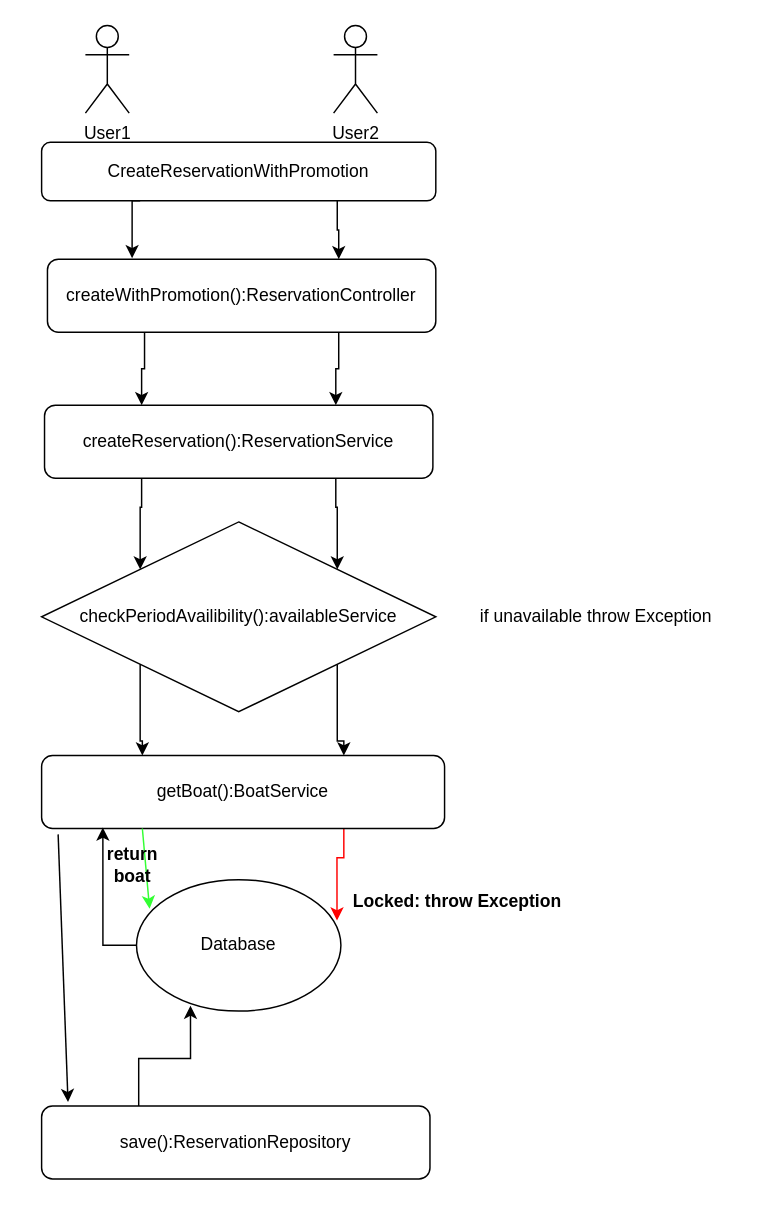
Earlier version of the draw.io diagram Conflicts/ConflictsStudent1.1.drawio (vladimirr9/fishing-booking). Source tidied: cells renumbered, new cells numbered last; positions are measured from the earlier drawing's top-left corner, leaving out a move shared by most shapes. Both pictures are drawn from the tidied source at 146%, with x=0, y=0 at pixel (41, 25).
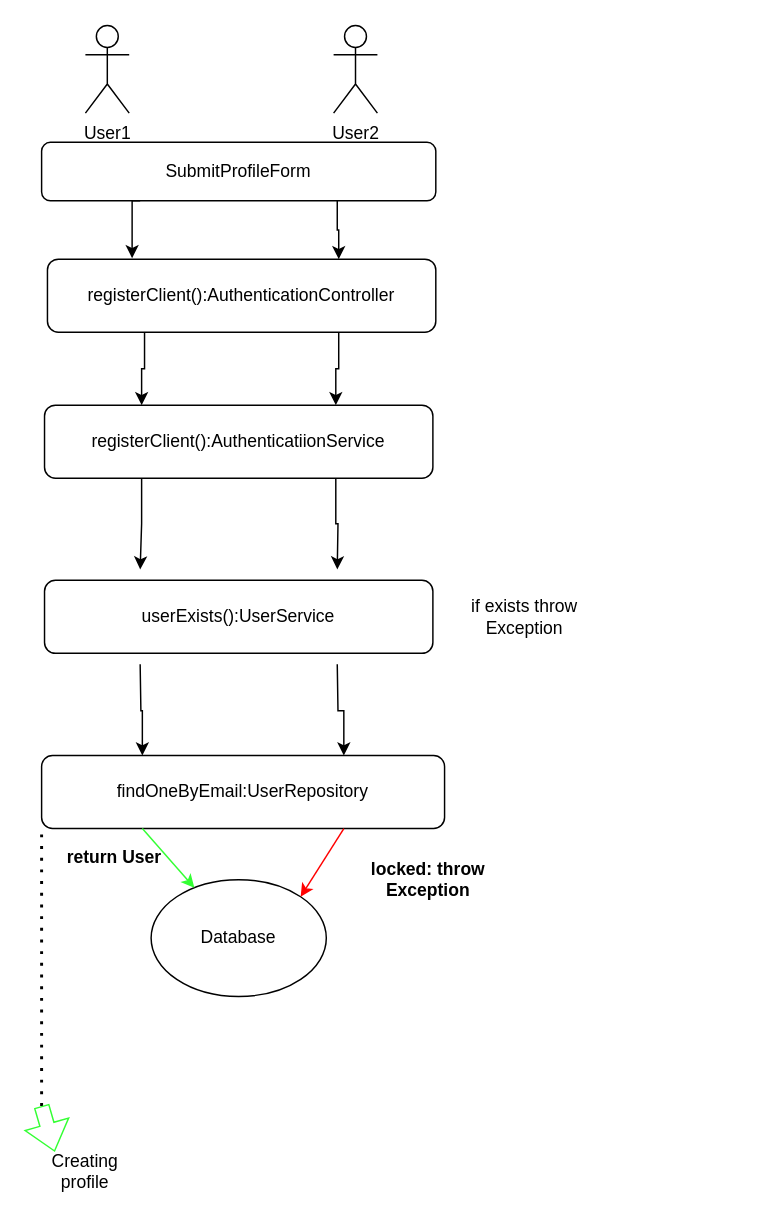
After the change.

The edit, as a diff of the source:
```diff
@@
-    <mxCell id="4" value="CreateReservationWithPromotion" style="rounded=1;whiteSpace=wrap;html=1;fontSize=12;glass=0;strokeWidth=1;shadow=0;" parent="1" vertex="1">
+    <mxCell id="4" value="SubmitProfileForm" style="rounded=1;whiteSpace=wrap;html=1;fontSize=12;glass=0;strokeWidth=1;shadow=0;" parent="1" vertex="1">
       <mxGeometry y="80" width="270" height="40" as="geometry" />
     </mxCell>
@@
-    <mxCell id="7" value="createWithPromotion():ReservationController" style="rounded=1;whiteSpace=wrap;html=1;fontSize=12;glass=0;strokeWidth=1;shadow=0;" parent="1" vertex="1">
+    <mxCell id="7" value="registerClient():AuthenticationController" style="rounded=1;whiteSpace=wrap;html=1;fontSize=12;glass=0;strokeWidth=1;shadow=0;" parent="1" vertex="1">
       <mxGeometry x="4" y="160" width="266" height="50" as="geometry" />
     </mxCell>
@@
-    <mxCell id="9" style="edgeStyle=orthogonalEdgeStyle;rounded=0;jettySize=auto;html=1;exitX=0.25;exitY=1;exitDx=0;exitDy=0;entryX=0;entryY=0;entryDx=0;entryDy=0;" parent="1" edge="1" source="11" target="14">
-      <mxGeometry relative="1" as="geometry" />
+    <mxCell id="9" style="edgeStyle=orthogonalEdgeStyle;rounded=0;jettySize=auto;html=1;exitX=0.25;exitY=1;exitDx=0;exitDy=0;entryX=0;entryY=0;entryDx=0;entryDy=0;" parent="1" edge="1" source="11">
+      <mxGeometry relative="1" as="geometry">
+        <mxPoint x="67.5" y="372.5" as="targetPoint" />
+      </mxGeometry>
     </mxCell>
-    <mxCell id="10" style="edgeStyle=orthogonalEdgeStyle;rounded=0;jettySize=auto;html=1;exitX=0.75;exitY=1;exitDx=0;exitDy=0;entryX=1;entryY=0;entryDx=0;entryDy=0;" parent="1" edge="1" source="11" target="14">
-      <mxGeometry relative="1" as="geometry" />
+    <mxCell id="10" style="edgeStyle=orthogonalEdgeStyle;rounded=0;jettySize=auto;html=1;exitX=0.75;exitY=1;exitDx=0;exitDy=0;entryX=1;entryY=0;entryDx=0;entryDy=0;" parent="1" edge="1" source="11">
+      <mxGeometry relative="1" as="geometry">
+        <mxPoint x="202.5" y="372.5" as="targetPoint" />
+      </mxGeometry>
     </mxCell>
-    <mxCell id="11" value="createReservation():ReservationService" style="rounded=1;whiteSpace=wrap;html=1;fontSize=12;glass=0;strokeWidth=1;shadow=0;" parent="1" vertex="1">
+    <mxCell id="11" value="registerClient():AuthenticatiionService" style="rounded=1;whiteSpace=wrap;html=1;fontSize=12;glass=0;strokeWidth=1;shadow=0;" parent="1" vertex="1">
       <mxGeometry x="2" y="260" width="266" height="50" as="geometry" />
     </mxCell>
-    <mxCell id="12" style="edgeStyle=orthogonalEdgeStyle;rounded=0;jettySize=auto;html=1;exitX=0;exitY=1;exitDx=0;exitDy=0;entryX=0.25;entryY=0;entryDx=0;entryDy=0;" parent="1" edge="1" source="14" target="19">
-      <mxGeometry relative="1" as="geometry" />
+    <mxCell id="12" style="edgeStyle=orthogonalEdgeStyle;rounded=0;jettySize=auto;html=1;exitX=0;exitY=1;exitDx=0;exitDy=0;entryX=0.25;entryY=0;entryDx=0;entryDy=0;" parent="1" edge="1" target="19">
+      <mxGeometry relative="1" as="geometry">
+        <mxPoint x="67.5" y="437.5" as="sourcePoint" />
+      </mxGeometry>
     </mxCell>
-    <mxCell id="13" style="edgeStyle=orthogonalEdgeStyle;rounded=0;jettySize=auto;html=1;exitX=1;exitY=1;exitDx=0;exitDy=0;entryX=0.75;entryY=0;entryDx=0;entryDy=0;" parent="1" edge="1" source="14" target="19">
-      <mxGeometry relative="1" as="geometry" />
+    <mxCell id="13" style="edgeStyle=orthogonalEdgeStyle;rounded=0;jettySize=auto;html=1;exitX=1;exitY=1;exitDx=0;exitDy=0;entryX=0.75;entryY=0;entryDx=0;entryDy=0;" parent="1" edge="1" target="19">
+      <mxGeometry relative="1" as="geometry">
+        <mxPoint x="202.5" y="437.5" as="sourcePoint" />
+      </mxGeometry>
     </mxCell>
-    <mxCell id="14" value="checkPeriodAvailibility():availableService" style="rhombus;whiteSpace=wrap;html=1;" parent="1" vertex="1">
-      <mxGeometry y="340" width="270" height="130" as="geometry" />
-    </mxCell>
-    <mxCell id="15" style="edgeStyle=orthogonalEdgeStyle;rounded=0;jettySize=auto;html=1;exitX=0.25;exitY=0;exitDx=0;exitDy=0;entryX=0.264;entryY=0.959;entryDx=0;entryDy=0;entryPerimeter=0;" parent="1" edge="1" source="16" target="17">
-      <mxGeometry relative="1" as="geometry" />
-    </mxCell>
-    <mxCell id="16" value="save():ReservationRepository" style="rounded=1;whiteSpace=wrap;html=1;fontSize=12;glass=0;strokeWidth=1;shadow=0;" parent="1" vertex="1">
-      <mxGeometry y="740" width="266" height="50" as="geometry" />
-    </mxCell>
-    <mxCell id="17" value="Database" style="ellipse;whiteSpace=wrap;html=1;" parent="1" vertex="1">
-      <mxGeometry x="65" y="585" width="140" height="90" as="geometry" />
-    </mxCell>
-    <mxCell id="18" style="edgeStyle=orthogonalEdgeStyle;rounded=0;jettySize=auto;html=1;exitX=0.75;exitY=1;exitDx=0;exitDy=0;entryX=0.981;entryY=0.311;entryDx=0;entryDy=0;entryPerimeter=0;strokeColor=#FF0000;" parent="1" edge="1" source="19" target="17">
-      <mxGeometry relative="1" as="geometry" />
-    </mxCell>
-    <mxCell id="19" value="getBoat():BoatService" style="rounded=1;whiteSpace=wrap;html=1;fontSize=12;glass=0;strokeWidth=1;shadow=0;" parent="1" vertex="1">
+    <mxCell id="19" value="findOneByEmail:UserRepository" style="rounded=1;whiteSpace=wrap;html=1;fontSize=12;glass=0;strokeWidth=1;shadow=0;" parent="1" vertex="1">
       <mxGeometry y="500" width="276" height="50" as="geometry" />
     </mxCell>
@@
-    <mxCell id="21" style="endArrow=classic;html=1;rounded=0;exitX=0.25;exitY=1;exitDx=0;exitDy=0;entryX=0.064;entryY=0.222;entryDx=0;entryDy=0;entryPerimeter=0;strokeColor=#33FF33;" parent="1" edge="1" source="19" target="17">
-      <mxGeometry relative="1" as="geometry" />
-    </mxCell>
-    <mxCell id="22" value="&lt;b&gt;Locked: throw Exception&lt;/b&gt;" style="text;html=1;strokeColor=none;fillColor=none;align=center;verticalAlign=middle;whiteSpace=wrap;rounded=0;" parent="1" vertex="1">
-      <mxGeometry x="200" y="585" width="170" height="30" as="geometry" />
-    </mxCell>
-    <mxCell id="23" value="if unavailable throw Exception" style="text;html=1;strokeColor=none;fillColor=none;align=center;verticalAlign=middle;whiteSpace=wrap;rounded=0;" parent="1" vertex="1">
-      <mxGeometry x="280" y="390" width="200" height="30" as="geometry" />
-    </mxCell>
-    <mxCell id="24" style="endArrow=classic;html=1;rounded=0;exitX=0;exitY=0.5;exitDx=0;exitDy=0;entryX=0.152;entryY=0.987;entryDx=0;entryDy=0;entryPerimeter=0;" parent="1" edge="1" source="17" target="19">
-      <mxGeometry relative="1" as="geometry">
-        <Array as="points">
-          <mxPoint x="42" y="630" />
-        </Array>
-      </mxGeometry>
-    </mxCell>
-    <mxCell id="25" value="&lt;b&gt;return boat&lt;/b&gt;" style="text;html=1;strokeColor=none;fillColor=none;align=center;verticalAlign=middle;whiteSpace=wrap;rounded=0;" parent="1" vertex="1">
-      <mxGeometry x="30" y="560" width="65" height="30" as="geometry" />
-    </mxCell>
-    <mxCell id="26" style="endArrow=classic;html=1;rounded=0;exitX=0.041;exitY=1.08;exitDx=0;exitDy=0;exitPerimeter=0;entryX=0.068;entryY=-0.053;entryDx=0;entryDy=0;entryPerimeter=0;" parent="1" edge="1" source="19" target="16">
-      <mxGeometry relative="1" as="geometry" />
-    </mxCell>
+    <mxCell id="27" value="userExists():UserService" style="rounded=1;whiteSpace=wrap;html=1;fontSize=12;glass=0;strokeWidth=1;shadow=0;" parent="1" vertex="1">
+      <mxGeometry x="2" y="380" width="266" height="50" as="geometry" />
+    </mxCell>
+    <mxCell id="17" value="Database" style="ellipse;whiteSpace=wrap;html=1;" parent="1" vertex="1">
+      <mxGeometry x="75" y="585" width="120" height="80" as="geometry" />
+    </mxCell>
+    <mxCell id="28" style="endArrow=classic;html=1;rounded=0;exitX=0.25;exitY=1;exitDx=0;exitDy=0;strokeColor=#33FF33;" parent="1" edge="1" source="19" target="17">
+      <mxGeometry relative="1" as="geometry" />
+    </mxCell>
+    <mxCell id="29" style="endArrow=classic;html=1;rounded=0;strokeColor=#FF0000;exitX=0.75;exitY=1;exitDx=0;exitDy=0;entryX=1;entryY=0;entryDx=0;entryDy=0;" parent="1" edge="1" source="19" target="17">
+      <mxGeometry relative="1" as="geometry" />
+    </mxCell>
+    <mxCell id="30" value="&lt;b&gt;return User&lt;/b&gt;" style="text;html=1;strokeColor=none;fillColor=none;align=center;verticalAlign=middle;whiteSpace=wrap;rounded=0;" parent="1" vertex="1">
+      <mxGeometry x="10" y="555" width="80" height="30" as="geometry" />
+    </mxCell>
+    <mxCell id="31" value="&lt;b&gt;locked: throw Exception&lt;/b&gt;" style="text;html=1;strokeColor=none;fillColor=none;align=center;verticalAlign=middle;whiteSpace=wrap;rounded=0;" parent="1" vertex="1">
+      <mxGeometry x="200" y="570" width="130" height="30" as="geometry" />
+    </mxCell>
+    <mxCell id="32" style="endArrow=none;dashed=1;html=1;dashPattern=1 3;strokeWidth=2;rounded=0;entryX=0;entryY=1;entryDx=0;entryDy=0;" parent="1" edge="1" target="19">
+      <mxGeometry relative="1" as="geometry">
+        <mxPoint y="740" as="sourcePoint" />
+      </mxGeometry>
+    </mxCell>
+    <mxCell id="33" value="Creating profile" style="text;html=1;strokeColor=none;fillColor=none;align=center;verticalAlign=middle;whiteSpace=wrap;rounded=0;" parent="1" vertex="1">
+      <mxGeometry y="770" width="60" height="30" as="geometry" />
+    </mxCell>
+    <mxCell id="34" style="shape=flexArrow;endArrow=classic;html=1;rounded=0;strokeColor=#33FF33;entryX=0.15;entryY=0.044;entryDx=0;entryDy=0;entryPerimeter=0;" parent="1" edge="1" target="33">
+      <mxGeometry relative="1" as="geometry">
+        <mxPoint y="740" as="sourcePoint" />
+      </mxGeometry>
+    </mxCell>
+    <mxCell id="35" value="if exists throw Exception" style="text;html=1;strokeColor=none;fillColor=none;align=center;verticalAlign=middle;whiteSpace=wrap;rounded=0;" parent="1" vertex="1">
+      <mxGeometry x="276" y="390" width="110" height="30" as="geometry" />
+    </mxCell>
```
